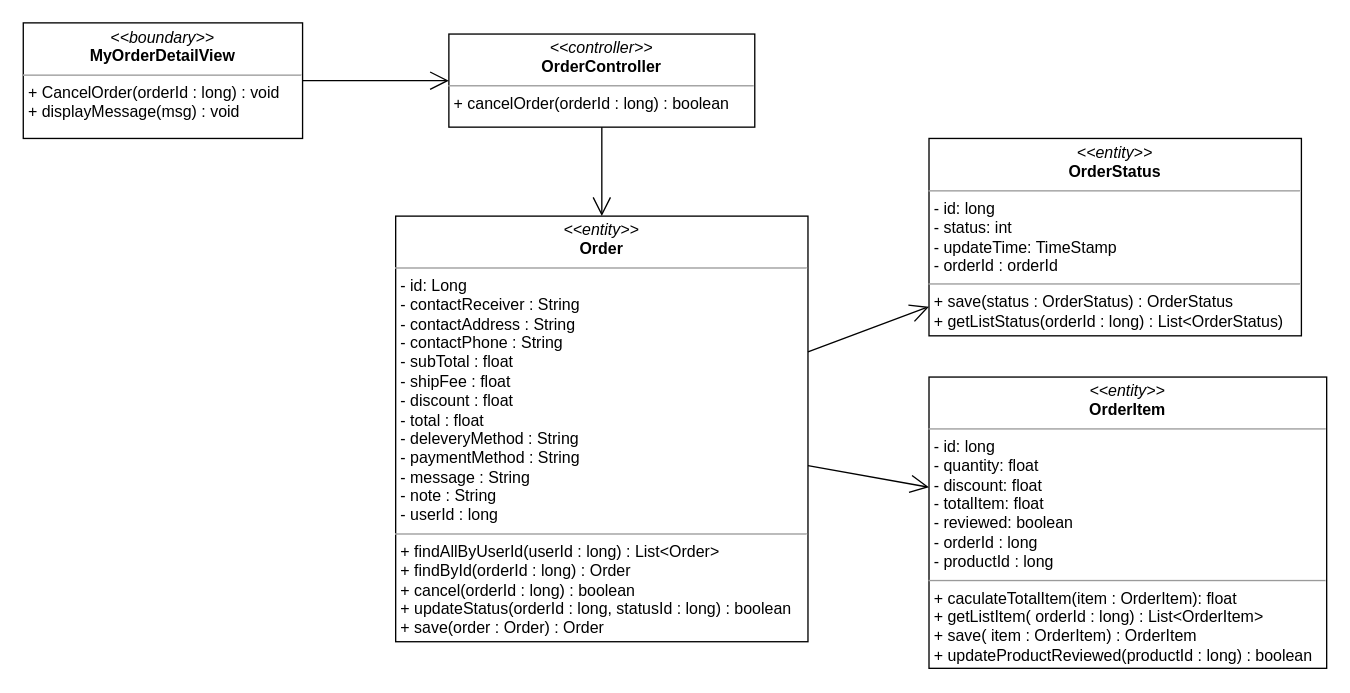
Before: class diagram/cancel-order-class-diagram.drawio in nguyenphamvan/datn_20202, a draw.io diagram. Source tidied: cells renumbered, new cells numbered last; positions are measured from the earlier drawing's top-left corner, leaving out a move shared by most shapes. Both pictures are drawn from the tidied source at 133%, with x=0, y=0 at pixel (23, 23).
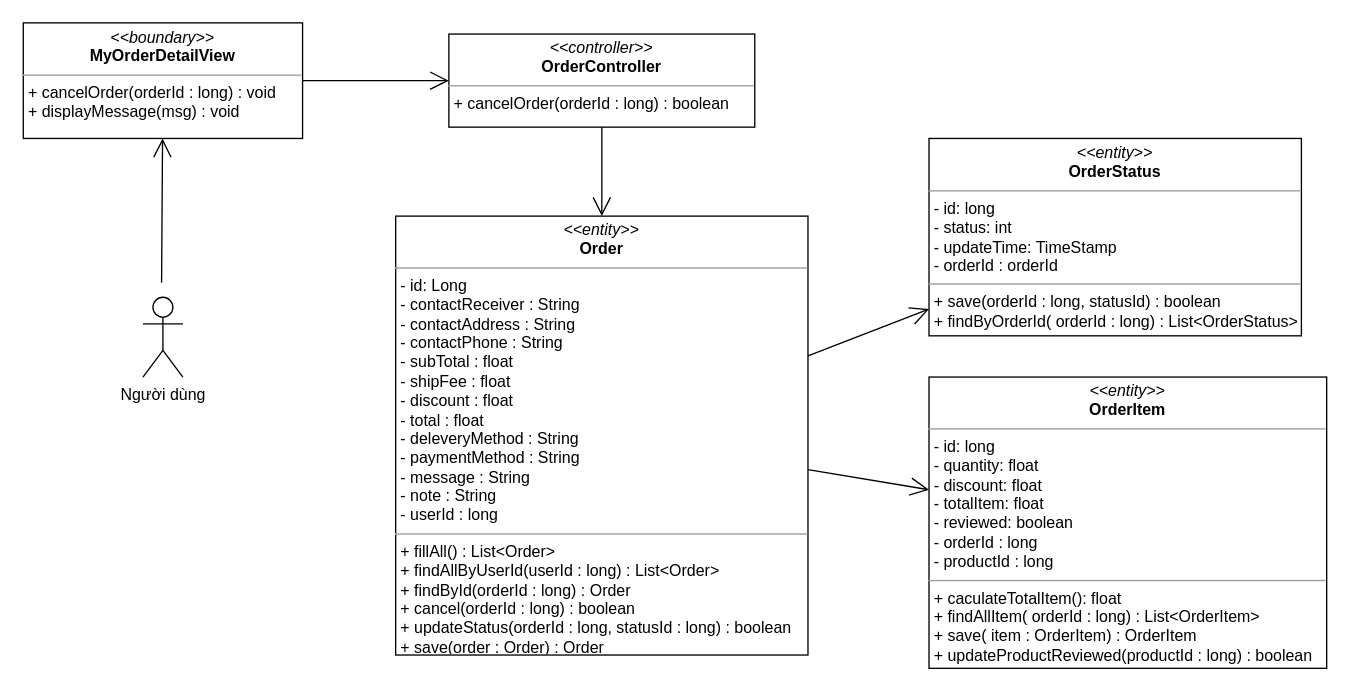
After the change.

Diff of the diagram source:
```diff
@@
 <mxGraphModel>
   <root>
     <mxCell id="0" />
     <mxCell id="1" parent="0" />
-    <mxCell id="2" value="&lt;p style=&quot;margin: 0px ; margin-top: 4px ; text-align: center&quot;&gt;&lt;i&gt;&amp;lt;&amp;lt;boundary&amp;gt;&amp;gt;&lt;/i&gt;&lt;br&gt;&lt;b&gt;MyOrderDetailView&lt;/b&gt;&lt;/p&gt;&lt;hr size=&quot;1&quot;&gt;&lt;p style=&quot;margin: 0px ; margin-left: 4px&quot;&gt;&lt;span&gt;+ CancelOrder(orderId : long) : void&lt;/span&gt;&lt;/p&gt;&lt;p style=&quot;margin: 0px ; margin-left: 4px&quot;&gt;&lt;span&gt;+ displayMessage(msg) : void&amp;nbsp;&lt;/span&gt;&lt;/p&gt;" style="verticalAlign=top;align=left;overflow=fill;fontSize=12;fontFamily=Helvetica;html=1;" parent="1" vertex="1">
+    <mxCell id="2" value="&lt;p style=&quot;margin: 0px ; margin-top: 4px ; text-align: center&quot;&gt;&lt;i&gt;&amp;lt;&amp;lt;boundary&amp;gt;&amp;gt;&lt;/i&gt;&lt;br&gt;&lt;b&gt;MyOrderDetailView&lt;/b&gt;&lt;/p&gt;&lt;hr size=&quot;1&quot;&gt;&lt;p style=&quot;margin: 0px ; margin-left: 4px&quot;&gt;&lt;span&gt;+ cancelOrder(orderId : long) : void&lt;/span&gt;&lt;/p&gt;&lt;p style=&quot;margin: 0px ; margin-left: 4px&quot;&gt;&lt;span&gt;+ displayMessage(msg) : void&amp;nbsp;&lt;/span&gt;&lt;/p&gt;" style="verticalAlign=top;align=left;overflow=fill;fontSize=12;fontFamily=Helvetica;html=1;" parent="1" vertex="1">
       <mxGeometry y="-0.3" width="210" height="86.9" as="geometry" />
     </mxCell>
     <mxCell id="3" style="endArrow=open;endFill=1;endSize=12;html=1;exitX=1;exitY=0.5;exitDx=0;exitDy=0;" parent="1" edge="1" source="2" target="4">
       <mxGeometry relative="1" as="geometry" />
     </mxCell>
     <mxCell id="4" value="&lt;p style=&quot;margin: 0px ; margin-top: 4px ; text-align: center&quot;&gt;&lt;i&gt;&amp;lt;&amp;lt;controller&amp;gt;&amp;gt;&lt;/i&gt;&lt;br&gt;&lt;b&gt;OrderController&lt;/b&gt;&lt;/p&gt;&lt;hr size=&quot;1&quot;&gt;&lt;p style=&quot;margin: 0px ; margin-left: 4px&quot;&gt;+ cancelOrder(orderId : long) : boolean&lt;br&gt;&lt;/p&gt;" style="verticalAlign=top;align=left;overflow=fill;fontSize=12;fontFamily=Helvetica;html=1;" parent="1" vertex="1">
       <mxGeometry x="320" y="8.1" width="230" height="70" as="geometry" />
     </mxCell>
     <mxCell id="5" style="endArrow=open;endFill=1;endSize=12;html=1;" parent="1" edge="1" source="4" target="8">
       <mxGeometry relative="1" as="geometry" />
     </mxCell>
-    <mxCell id="6" value="&lt;p style=&quot;margin: 0px ; margin-top: 4px ; text-align: center&quot;&gt;&lt;i&gt;&amp;lt;&amp;lt;entity&amp;gt;&amp;gt;&lt;/i&gt;&lt;br&gt;&lt;b&gt;OrderItem&lt;/b&gt;&lt;/p&gt;&lt;hr size=&quot;1&quot;&gt;&lt;p style=&quot;margin: 0px ; margin-left: 4px&quot;&gt;- id: long&lt;/p&gt;&lt;p style=&quot;margin: 0px ; margin-left: 4px&quot;&gt;- quantity: float&lt;br&gt;- discount: float&lt;/p&gt;&lt;p style=&quot;margin: 0px ; margin-left: 4px&quot;&gt;- totalItem: float&lt;/p&gt;&lt;p style=&quot;margin: 0px ; margin-left: 4px&quot;&gt;- reviewed: boolean&lt;/p&gt;&lt;p style=&quot;margin: 0px ; margin-left: 4px&quot;&gt;- orderId : long&lt;/p&gt;&lt;p style=&quot;margin: 0px ; margin-left: 4px&quot;&gt;- productId : long&lt;/p&gt;&lt;hr size=&quot;1&quot;&gt;&lt;p style=&quot;margin: 0px 0px 0px 4px&quot;&gt;+ caculateTotalItem(item : OrderItem): float&lt;br&gt;&lt;/p&gt;&lt;p style=&quot;margin: 0px 0px 0px 4px&quot;&gt;+ getListItem( orderId : long) : List&amp;lt;OrderItem&amp;gt;&lt;br&gt;&lt;/p&gt;&lt;p style=&quot;margin: 0px 0px 0px 4px&quot;&gt;+ save( item : OrderItem) : OrderItem&lt;/p&gt;&lt;p style=&quot;margin: 0px 0px 0px 4px&quot;&gt;+ updateProductReviewed(productId : long) : boolean&lt;/p&gt;" style="verticalAlign=top;align=left;overflow=fill;fontSize=12;fontFamily=Helvetica;html=1;" parent="1" vertex="1">
+    <mxCell id="6" value="&lt;p style=&quot;margin: 0px ; margin-top: 4px ; text-align: center&quot;&gt;&lt;i&gt;&amp;lt;&amp;lt;entity&amp;gt;&amp;gt;&lt;/i&gt;&lt;br&gt;&lt;b&gt;OrderItem&lt;/b&gt;&lt;/p&gt;&lt;hr size=&quot;1&quot;&gt;&lt;p style=&quot;margin: 0px ; margin-left: 4px&quot;&gt;- id: long&lt;/p&gt;&lt;p style=&quot;margin: 0px ; margin-left: 4px&quot;&gt;- quantity: float&lt;br&gt;- discount: float&lt;/p&gt;&lt;p style=&quot;margin: 0px ; margin-left: 4px&quot;&gt;- totalItem: float&lt;/p&gt;&lt;p style=&quot;margin: 0px ; margin-left: 4px&quot;&gt;- reviewed: boolean&lt;/p&gt;&lt;p style=&quot;margin: 0px ; margin-left: 4px&quot;&gt;- orderId : long&lt;/p&gt;&lt;p style=&quot;margin: 0px ; margin-left: 4px&quot;&gt;- productId : long&lt;/p&gt;&lt;hr size=&quot;1&quot;&gt;&lt;p style=&quot;margin: 0px 0px 0px 4px&quot;&gt;+ caculateTotalItem(): float&lt;br&gt;&lt;/p&gt;&lt;p style=&quot;margin: 0px 0px 0px 4px&quot;&gt;+ findAllItem( orderId : long) : List&amp;lt;OrderItem&amp;gt;&lt;br&gt;&lt;/p&gt;&lt;p style=&quot;margin: 0px 0px 0px 4px&quot;&gt;+ save( item : OrderItem) : OrderItem&lt;/p&gt;&lt;p style=&quot;margin: 0px 0px 0px 4px&quot;&gt;+ updateProductReviewed(productId : long) : boolean&lt;/p&gt;" style="verticalAlign=top;align=left;overflow=fill;fontSize=12;fontFamily=Helvetica;html=1;" parent="1" vertex="1">
       <mxGeometry x="681" y="266" width="299" height="219" as="geometry" />
     </mxCell>
-    <mxCell id="7" value="&lt;p style=&quot;margin: 0px ; margin-top: 4px ; text-align: center&quot;&gt;&lt;i&gt;&amp;lt;&amp;lt;entity&amp;gt;&amp;gt;&lt;/i&gt;&lt;br&gt;&lt;b&gt;OrderStatus&lt;/b&gt;&lt;/p&gt;&lt;hr size=&quot;1&quot;&gt;&lt;p style=&quot;margin: 0px ; margin-left: 4px&quot;&gt;- id: long&lt;/p&gt;&lt;p style=&quot;margin: 0px ; margin-left: 4px&quot;&gt;- status: int&lt;br&gt;- updateTime: TimeStamp&lt;/p&gt;&lt;p style=&quot;margin: 0px ; margin-left: 4px&quot;&gt;- orderId : orderId&lt;/p&gt;&lt;hr size=&quot;1&quot;&gt;&lt;p style=&quot;margin: 0px 0px 0px 4px&quot;&gt;+ save(status : OrderStatus) : OrderStatus&lt;/p&gt;&lt;p style=&quot;margin: 0px 0px 0px 4px&quot;&gt;+ getListStatus(orderId : long) : List&amp;lt;OrderStatus)&lt;/p&gt;" style="verticalAlign=top;align=left;overflow=fill;fontSize=12;fontFamily=Helvetica;html=1;" parent="1" vertex="1">
+    <mxCell id="7" value="&lt;p style=&quot;margin: 0px ; margin-top: 4px ; text-align: center&quot;&gt;&lt;i&gt;&amp;lt;&amp;lt;entity&amp;gt;&amp;gt;&lt;/i&gt;&lt;br&gt;&lt;b&gt;OrderStatus&lt;/b&gt;&lt;/p&gt;&lt;hr size=&quot;1&quot;&gt;&lt;p style=&quot;margin: 0px ; margin-left: 4px&quot;&gt;- id: long&lt;/p&gt;&lt;p style=&quot;margin: 0px ; margin-left: 4px&quot;&gt;- status: int&lt;br&gt;- updateTime: TimeStamp&lt;/p&gt;&lt;p style=&quot;margin: 0px ; margin-left: 4px&quot;&gt;- orderId : orderId&lt;/p&gt;&lt;hr size=&quot;1&quot;&gt;&lt;p style=&quot;margin: 0px 0px 0px 4px&quot;&gt;+ save(orderId : long, statusId) : boolean&lt;/p&gt;&lt;p style=&quot;margin: 0px 0px 0px 4px&quot;&gt;+ findByOrderId( orderId : long) : List&amp;lt;OrderStatus&amp;gt;&lt;/p&gt;" style="verticalAlign=top;align=left;overflow=fill;fontSize=12;fontFamily=Helvetica;html=1;" parent="1" vertex="1">
       <mxGeometry x="681" y="86.6" width="280" height="148.4" as="geometry" />
     </mxCell>
-    <mxCell id="8" value="&lt;p style=&quot;margin: 0px ; margin-top: 4px ; text-align: center&quot;&gt;&lt;i&gt;&amp;lt;&amp;lt;entity&amp;gt;&amp;gt;&lt;/i&gt;&lt;br&gt;&lt;b&gt;Order&lt;/b&gt;&lt;/p&gt;&lt;hr size=&quot;1&quot;&gt;&lt;p style=&quot;margin: 0px ; margin-left: 4px&quot;&gt;- id: Long&lt;/p&gt;&lt;p style=&quot;margin: 0px 0px 0px 4px&quot;&gt;- contactReceiver : String&lt;/p&gt;&lt;p style=&quot;margin: 0px 0px 0px 4px&quot;&gt;- contactAddress : String&lt;/p&gt;&lt;p style=&quot;margin: 0px 0px 0px 4px&quot;&gt;- contactPhone : String&lt;/p&gt;&lt;p style=&quot;margin: 0px 0px 0px 4px&quot;&gt;- subTotal : float&lt;/p&gt;&lt;p style=&quot;margin: 0px 0px 0px 4px&quot;&gt;- shipFee : float&lt;/p&gt;&lt;p style=&quot;margin: 0px 0px 0px 4px&quot;&gt;- discount : float&lt;/p&gt;&lt;p style=&quot;margin: 0px 0px 0px 4px&quot;&gt;- total : float&lt;/p&gt;&lt;p style=&quot;margin: 0px 0px 0px 4px&quot;&gt;- deleveryMethod : String&lt;/p&gt;&lt;p style=&quot;margin: 0px 0px 0px 4px&quot;&gt;- paymentMethod : String&lt;/p&gt;&lt;p style=&quot;margin: 0px 0px 0px 4px&quot;&gt;- message : String&lt;/p&gt;&lt;p style=&quot;margin: 0px 0px 0px 4px&quot;&gt;- note : String&lt;/p&gt;&lt;p style=&quot;margin: 0px 0px 0px 4px&quot;&gt;- userId : long&lt;/p&gt;&lt;hr size=&quot;1&quot;&gt;&lt;p style=&quot;margin: 0px 0px 0px 4px&quot;&gt;+ findAllByUserId(userId : long) : List&amp;lt;Order&amp;gt;&lt;/p&gt;&lt;p style=&quot;margin: 0px 0px 0px 4px&quot;&gt;+ findById(orderId : long) : Order&lt;br&gt;&lt;/p&gt;&lt;p style=&quot;margin: 0px 0px 0px 4px&quot;&gt;+ cancel(orderId : long) : boolean&lt;br&gt;&lt;/p&gt;&lt;p style=&quot;margin: 0px 0px 0px 4px&quot;&gt;+ updateStatus(orderId : long, statusId : long) : boolean&lt;/p&gt;&lt;p style=&quot;margin: 0px 0px 0px 4px&quot;&gt;+ save(order : Order) : Order&lt;/p&gt;" style="verticalAlign=top;align=left;overflow=fill;fontSize=12;fontFamily=Helvetica;html=1;" parent="1" vertex="1">
-      <mxGeometry x="280" y="145" width="310" height="320" as="geometry" />
+    <mxCell id="8" value="&lt;p style=&quot;margin: 0px ; margin-top: 4px ; text-align: center&quot;&gt;&lt;i&gt;&amp;lt;&amp;lt;entity&amp;gt;&amp;gt;&lt;/i&gt;&lt;br&gt;&lt;b&gt;Order&lt;/b&gt;&lt;/p&gt;&lt;hr size=&quot;1&quot;&gt;&lt;p style=&quot;margin: 0px ; margin-left: 4px&quot;&gt;- id: Long&lt;/p&gt;&lt;p style=&quot;margin: 0px 0px 0px 4px&quot;&gt;- contactReceiver : String&lt;/p&gt;&lt;p style=&quot;margin: 0px 0px 0px 4px&quot;&gt;- contactAddress : String&lt;/p&gt;&lt;p style=&quot;margin: 0px 0px 0px 4px&quot;&gt;- contactPhone : String&lt;/p&gt;&lt;p style=&quot;margin: 0px 0px 0px 4px&quot;&gt;- subTotal : float&lt;/p&gt;&lt;p style=&quot;margin: 0px 0px 0px 4px&quot;&gt;- shipFee : float&lt;/p&gt;&lt;p style=&quot;margin: 0px 0px 0px 4px&quot;&gt;- discount : float&lt;/p&gt;&lt;p style=&quot;margin: 0px 0px 0px 4px&quot;&gt;- total : float&lt;/p&gt;&lt;p style=&quot;margin: 0px 0px 0px 4px&quot;&gt;- deleveryMethod : String&lt;/p&gt;&lt;p style=&quot;margin: 0px 0px 0px 4px&quot;&gt;- paymentMethod : String&lt;/p&gt;&lt;p style=&quot;margin: 0px 0px 0px 4px&quot;&gt;- message : String&lt;/p&gt;&lt;p style=&quot;margin: 0px 0px 0px 4px&quot;&gt;- note : String&lt;/p&gt;&lt;p style=&quot;margin: 0px 0px 0px 4px&quot;&gt;- userId : long&lt;/p&gt;&lt;hr size=&quot;1&quot;&gt;&lt;p style=&quot;margin: 0px 0px 0px 4px&quot;&gt;+ fillAll() : List&amp;lt;Order&amp;gt;&lt;/p&gt;&lt;p style=&quot;margin: 0px 0px 0px 4px&quot;&gt;+ findAllByUserId(userId : long) : List&amp;lt;Order&amp;gt;&lt;/p&gt;&lt;p style=&quot;margin: 0px 0px 0px 4px&quot;&gt;+ findById(orderId : long) : Order&lt;br&gt;&lt;/p&gt;&lt;p style=&quot;margin: 0px 0px 0px 4px&quot;&gt;+ cancel(orderId : long) : boolean&lt;br&gt;&lt;/p&gt;&lt;p style=&quot;margin: 0px 0px 0px 4px&quot;&gt;+ updateStatus(orderId : long, statusId : long) : boolean&lt;/p&gt;&lt;p style=&quot;margin: 0px 0px 0px 4px&quot;&gt;+ save(order : Order) : Order&lt;/p&gt;" style="verticalAlign=top;align=left;overflow=fill;fontSize=12;fontFamily=Helvetica;html=1;" parent="1" vertex="1">
+      <mxGeometry x="280" y="145" width="310" height="330" as="geometry" />
     </mxCell>
     <mxCell id="9" style="endArrow=open;endFill=1;endSize=12;html=1;" parent="1" edge="1" source="8" target="7">
       <mxGeometry relative="1" as="geometry" />
     </mxCell>
     <mxCell id="10" style="endArrow=open;endFill=1;endSize=12;html=1;" parent="1" edge="1" source="8" target="6">
       <mxGeometry relative="1" as="geometry" />
     </mxCell>
+    <mxCell id="11" value="Người dùng" style="shape=umlActor;verticalLabelPosition=bottom;verticalAlign=top;html=1;" parent="1" vertex="1">
+      <mxGeometry x="90" y="206" width="30" height="60" as="geometry" />
+    </mxCell>
+    <mxCell id="12" style="endArrow=open;endFill=1;endSize=12;html=1;" parent="1" edge="1" target="2">
+      <mxGeometry relative="1" as="geometry">
+        <mxPoint x="104" y="195" as="sourcePoint" />
+      </mxGeometry>
+    </mxCell>
   </root>
 </mxGraphModel>
```
